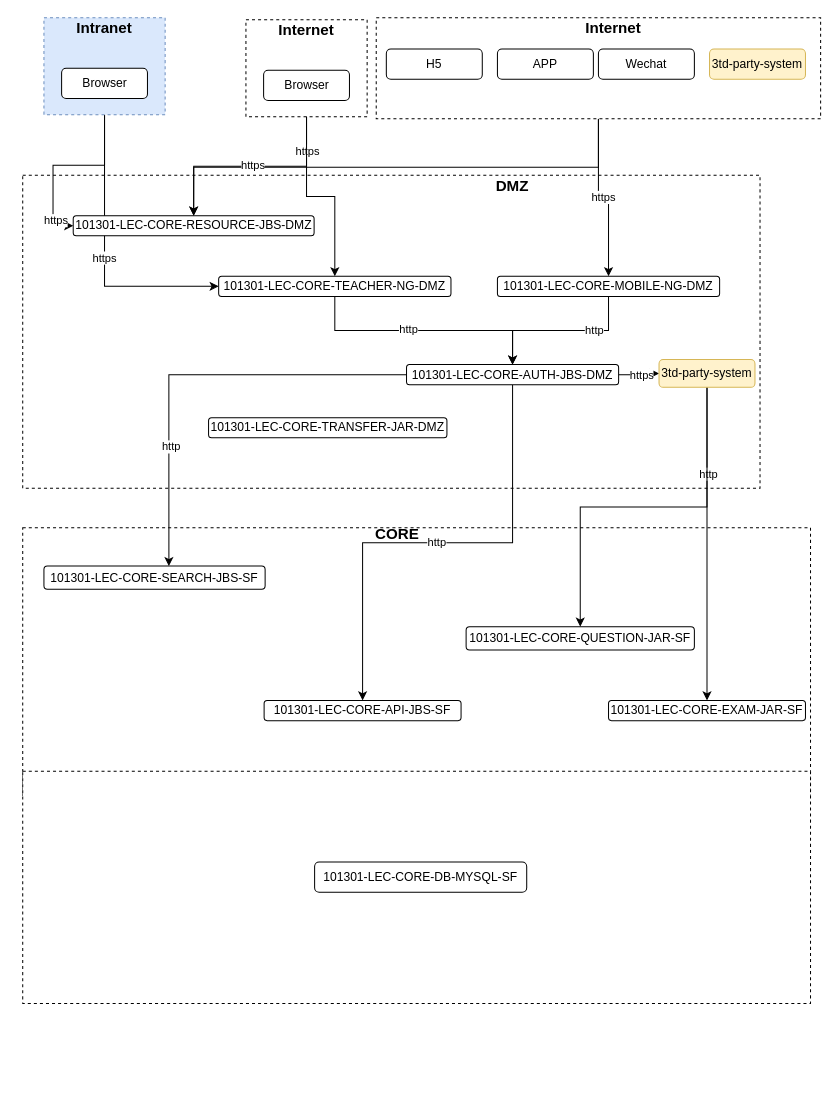
This is page "第 2 页" (2 of 2) of 部署逻辑图.drawio from rainerpiao/cloud-computing, a draw.io file, before an edit. Source tidied: cells renumbered, new cells numbered last; positions are measured from the earlier drawing's top-left corner, leaving out a move shared by most shapes. Both pictures are drawn from the tidied source at 101%, with x=0, y=0 at pixel (22, 17).
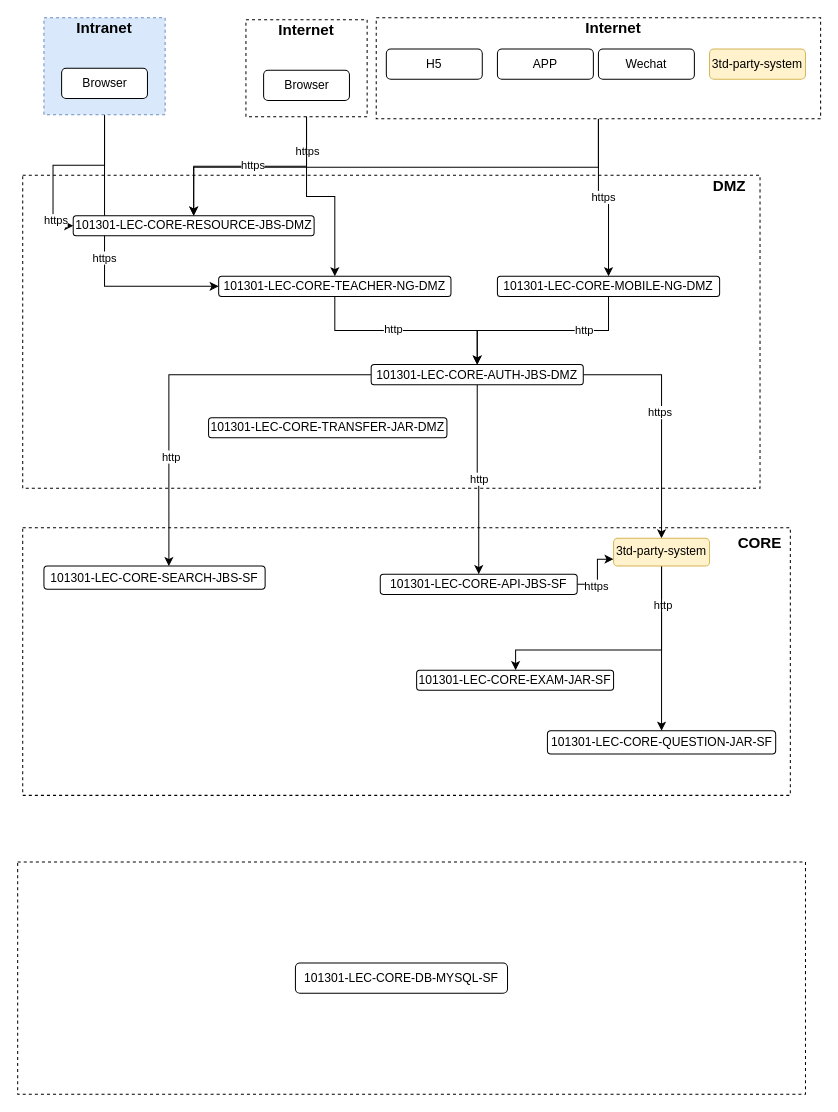
The same page after the edit.

Commit message:
更新部署逻辑图.drawio

Diff of the diagram source:
```diff
@@
     <mxCell id="2" style="rounded=0;whiteSpace=wrap;html=1;strokeColor=default;fontFamily=Helvetica;fontSize=12;fontColor=default;fillColor=default;dashed=1;" parent="1" vertex="1">
-      <mxGeometry y="505" width="780" height="265" as="geometry" />
+      <mxGeometry y="505" width="760" height="265" as="geometry" />
     </mxCell>
@@
     <mxCell id="8" style="rounded=0;whiteSpace=wrap;html=1;dashed=1;" parent="1" vertex="1">
-      <mxGeometry y="746" width="780" height="230" as="geometry" />
+      <mxGeometry x="-5" y="836" width="780" height="230" as="geometry" />
     </mxCell>
@@
     <mxCell id="18" value="&lt;font size=&quot;1&quot; style=&quot;&quot;&gt;&lt;b style=&quot;font-size: 15px;&quot;&gt;DMZ&lt;/b&gt;&lt;/font&gt;" style="text;html=1;strokeColor=none;fillColor=none;align=center;verticalAlign=middle;whiteSpace=wrap;rounded=0;fontSize=12;fontFamily=Helvetica;fontColor=default;" parent="1" vertex="1">
-      <mxGeometry x="455" y="156" width="60" height="20" as="geometry" />
+      <mxGeometry x="670" y="156" width="60" height="20" as="geometry" />
     </mxCell>
@@
     <mxCell id="27" value="101301-LEC-CORE-AUTH-JBS-DMZ" style="rounded=1;whiteSpace=wrap;html=1;strokeColor=default;fontFamily=Helvetica;fontSize=12;fontColor=default;fillColor=default;" parent="1" vertex="1">
-      <mxGeometry x="380" y="343.5" width="210" height="20" as="geometry" />
+      <mxGeometry x="345" y="343.5" width="210" height="20" as="geometry" />
     </mxCell>
@@
     <mxCell id="31" value="&lt;b&gt;&lt;font style=&quot;font-size: 15px;&quot;&gt;CORE&lt;/font&gt;&lt;/b&gt;" style="text;html=1;strokeColor=none;fillColor=none;align=center;verticalAlign=middle;whiteSpace=wrap;rounded=0;fontSize=12;fontFamily=Helvetica;fontColor=default;" parent="1" vertex="1">
-      <mxGeometry x="341" y="496" width="60" height="30" as="geometry" />
+      <mxGeometry x="700" y="505" width="60" height="30" as="geometry" />
     </mxCell>
     <mxCell id="32" value="101301-LEC-CORE-EXAM-JAR-SF" style="rounded=1;whiteSpace=wrap;html=1;strokeColor=default;fontFamily=Helvetica;fontSize=12;fontColor=default;fillColor=default;" parent="1" vertex="1">
-      <mxGeometry x="580" y="676" width="195" height="20" as="geometry" />
+      <mxGeometry x="390" y="646" width="195" height="20" as="geometry" />
     </mxCell>
     <mxCell id="33" value="101301-LEC-CORE-DB-MYSQL-SF" style="rounded=1;whiteSpace=wrap;html=1;strokeColor=default;fontFamily=Helvetica;fontSize=12;fontColor=default;fillColor=default;" parent="1" vertex="1">
-      <mxGeometry x="289" y="836" width="210" height="30" as="geometry" />
+      <mxGeometry x="270" y="936" width="210" height="30" as="geometry" />
     </mxCell>
@@
+    <mxCell id="51" style="edgeStyle=orthogonalEdgeStyle;rounded=0;jettySize=auto;html=1;entryX=0;entryY=0.75;entryDx=0;entryDy=0;" parent="1" edge="1" source="35" target="50">
+      <mxGeometry relative="1" as="geometry" />
+    </mxCell>
+    <mxCell id="52" value="https" style="edgeLabel;html=1;align=center;verticalAlign=middle;" parent="51" vertex="1">
+      <mxGeometry x="-0.41" y="-1" relative="1" as="geometry" />
+    </mxCell>
     <mxCell id="35" value="101301-LEC-CORE-API-JBS-SF" style="rounded=1;whiteSpace=wrap;html=1;strokeColor=default;fontFamily=Helvetica;fontSize=12;fontColor=default;fillColor=default;" parent="1" vertex="1">
-      <mxGeometry x="239" y="676" width="195" height="20" as="geometry" />
+      <mxGeometry x="354" y="551" width="195" height="20" as="geometry" />
     </mxCell>
@@
     <mxCell id="38" value="101301-LEC-CORE-QUESTION-JAR-SF" style="rounded=1;whiteSpace=wrap;html=1;strokeColor=default;fontFamily=Helvetica;fontSize=12;fontColor=default;fillColor=default;" parent="1" vertex="1">
-      <mxGeometry x="439" y="603" width="226" height="23" as="geometry" />
+      <mxGeometry x="519.5" y="706" width="226" height="23" as="geometry" />
     </mxCell>
@@
-    <mxCell id="49" style="edgeStyle=orthogonalEdgeStyle;rounded=0;jettySize=auto;html=1;" parent="1" edge="1" source="50" target="32">
-      <mxGeometry relative="1" as="geometry" />
+    <mxCell id="49" style="edgeStyle=orthogonalEdgeStyle;rounded=0;jettySize=auto;html=1;exitX=0.5;exitY=1;exitDx=0;exitDy=0;" parent="1" edge="1" source="50" target="32">
+      <mxGeometry relative="1" as="geometry">
+        <Array as="points">
+          <mxPoint x="633" y="626" />
+          <mxPoint x="488" y="626" />
+        </Array>
+      </mxGeometry>
     </mxCell>
     <mxCell id="50" value="3td-party-system" style="rounded=1;whiteSpace=wrap;html=1;strokeColor=#d6b656;fontFamily=Helvetica;fontSize=12;fillColor=#fff2cc;" parent="1" vertex="1">
-      <mxGeometry x="630" y="338.5" width="95" height="27.5" as="geometry" />
+      <mxGeometry x="585" y="515.5" width="95" height="27.5" as="geometry" />
     </mxCell>
```
